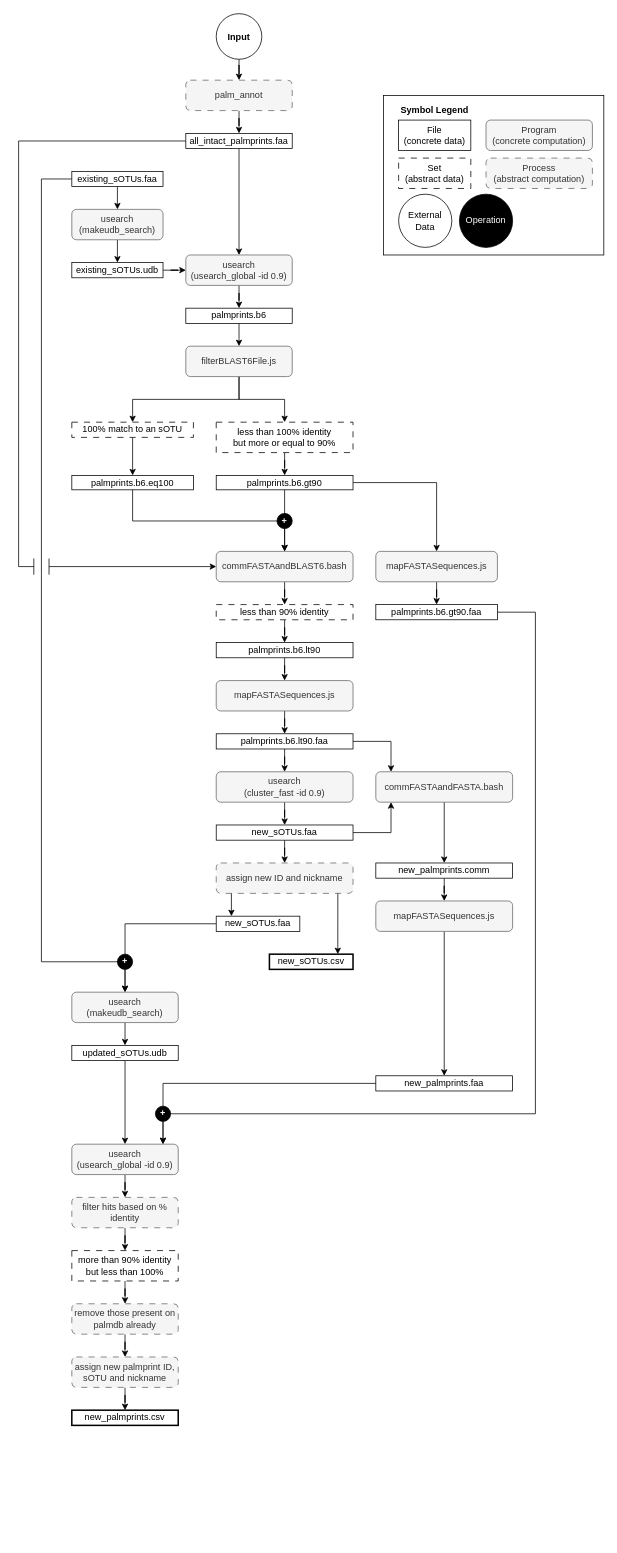
This is script/palmdb/sOTU Assigment Workflow.drawio from serratus-bio/logan-backend, a draw.io file, before an edit. Source tidied: cells renumbered, new cells numbered last; positions are measured from the earlier drawing's top-left corner, leaving out a move shared by most shapes. Both pictures are drawn from the tidied source at 76%, with x=0, y=0 at pixel (18, 13).
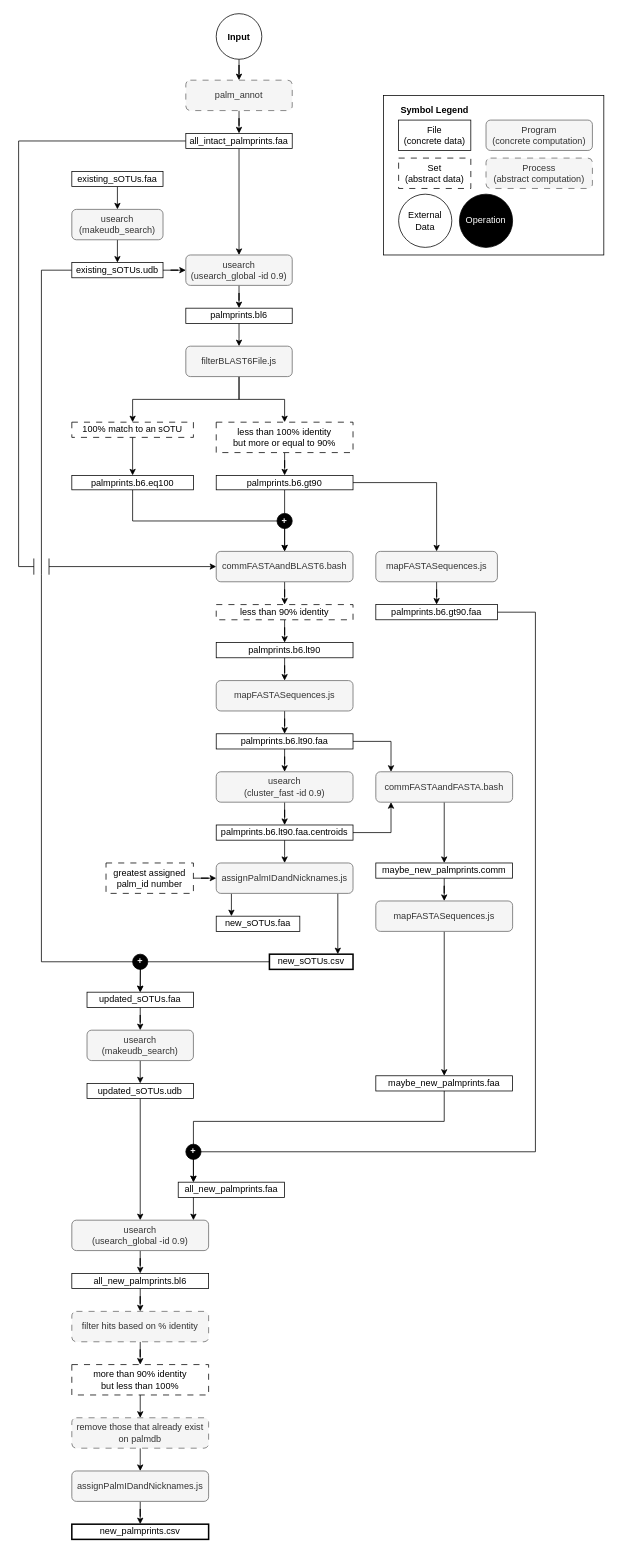
The same page after the edit.

Unchanged cells that the change refers to:
```xml
<mxCell id="10" value="&lt;div&gt;existing_sOTUs.faa&lt;/div&gt;" style="rounded=0;whiteSpace=wrap;html=1;" parent="1" vertex="1">
  <mxGeometry x="70" y="208" width="120" height="20" as="geometry" />
</mxCell>
<mxCell id="14" value="&lt;div&gt;existing_sOTUs.udb&lt;/div&gt;" style="rounded=0;whiteSpace=wrap;html=1;" parent="1" vertex="1">
  <mxGeometry x="70" y="328" width="120" height="20" as="geometry" />
</mxCell>
<mxCell id="39" value="&lt;div&gt;palmprints.b6.gt90.faa&lt;/div&gt;" style="rounded=0;whiteSpace=wrap;html=1;" parent="1" vertex="1">
  <mxGeometry x="470" y="778" width="160" height="20" as="geometry" />
</mxCell>
<mxCell id="55" value="&lt;div&gt;new_sOTUs.csv&lt;/div&gt;" style="rounded=0;whiteSpace=wrap;html=1;strokeWidth=2;" parent="1" vertex="1">
  <mxGeometry x="330" y="1238" width="110" height="20" as="geometry" />
</mxCell>
<mxCell id="86" value="&lt;div&gt;new_sOTUs.faa&lt;/div&gt;" style="rounded=0;whiteSpace=wrap;html=1;" parent="1" vertex="1">
  <mxGeometry x="260" y="1188" width="110" height="20" as="geometry" />
</mxCell>
```

Diff of the diagram source:
```diff
@@
-    <mxCell id="9" style="edgeStyle=orthogonalEdgeStyle;rounded=0;jettySize=auto;html=1;entryX=0.5;entryY=0;entryDx=0;entryDy=0;" parent="1" edge="1" source="10" target="43">
-      <mxGeometry relative="1" as="geometry">
-        <Array as="points">
-          <mxPoint x="30" y="218" />
-          <mxPoint x="30" y="1248" />
-          <mxPoint x="140" y="1248" />
-        </Array>
-      </mxGeometry>
-    </mxCell>
@@
+    <mxCell id="94" style="edgeStyle=orthogonalEdgeStyle;rounded=0;jettySize=auto;html=1;entryX=0.5;entryY=0;entryDx=0;entryDy=0;" parent="1" edge="1" source="14" target="107">
+      <mxGeometry relative="1" as="geometry">
+        <Array as="points">
+          <mxPoint x="30" y="338" />
+          <mxPoint x="30" y="1248" />
+          <mxPoint x="160" y="1248" />
+        </Array>
+      </mxGeometry>
+    </mxCell>
@@
-    <mxCell id="31" style="edgeStyle=orthogonalEdgeStyle;rounded=0;jettySize=auto;html=1;entryX=0.5;entryY=0;entryDx=0;entryDy=0;" parent="1" edge="1" source="32" target="33">
-      <mxGeometry relative="1" as="geometry" />
+    <mxCell id="31" style="edgeStyle=orthogonalEdgeStyle;rounded=0;jettySize=auto;html=1;entryX=0.5;entryY=0;entryDx=0;entryDy=0;" parent="1" edge="1" source="32">
+      <mxGeometry relative="1" as="geometry">
+        <mxPoint x="350" y="1118" as="targetPoint" />
+      </mxGeometry>
     </mxCell>
-    <mxCell id="32" value="&lt;div&gt;new_sOTUs.faa&lt;/div&gt;" style="rounded=0;whiteSpace=wrap;html=1;" parent="1" vertex="1">
+    <mxCell id="32" value="palmprints.b6.lt90.faa.centroids" style="rounded=0;whiteSpace=wrap;html=1;" parent="1" vertex="1">
       <mxGeometry x="260" y="1068" width="180" height="20" as="geometry" />
     </mxCell>
-    <mxCell id="33" value="assign new ID and nickname" style="rounded=1;whiteSpace=wrap;html=1;fillColor=#f5f5f5;strokeColor=#666666;fontColor=#333333;dashed=1;dashPattern=8 8;" parent="1" vertex="1">
-      <mxGeometry x="260" y="1118" width="180" height="40" as="geometry" />
-    </mxCell>
@@
-    <mxCell id="38" style="edgeStyle=orthogonalEdgeStyle;rounded=0;jettySize=auto;html=1;" parent="1" edge="1" source="39">
-      <mxGeometry relative="1" as="geometry">
-        <mxPoint x="190" y="1488" as="targetPoint" />
-        <Array as="points">
-          <mxPoint x="680" y="788" />
-          <mxPoint x="680" y="1448" />
-          <mxPoint x="190" y="1448" />
-        </Array>
-      </mxGeometry>
-    </mxCell>
+    <mxCell id="95" style="edgeStyle=orthogonalEdgeStyle;rounded=0;jettySize=auto;html=1;" parent="1" edge="1" source="39">
+      <mxGeometry relative="1" as="geometry">
+        <mxPoint x="230" y="1538" as="targetPoint" />
+        <Array as="points">
+          <mxPoint x="680" y="788" />
+          <mxPoint x="680" y="1498" />
+          <mxPoint x="230" y="1498" />
+        </Array>
+      </mxGeometry>
+    </mxCell>
@@
     <mxCell id="43" value="&lt;div&gt;usearch&lt;/div&gt;&lt;div&gt;(makeudb_search)&lt;br&gt;&lt;/div&gt;" style="rounded=1;whiteSpace=wrap;html=1;fillColor=#f5f5f5;strokeColor=#666666;fontColor=#333333;" parent="1" vertex="1">
-      <mxGeometry x="70" y="1288" width="140" height="40" as="geometry" />
+      <mxGeometry x="90" y="1338" width="140" height="40" as="geometry" />
     </mxCell>
@@
     <mxCell id="45" value="&lt;div&gt;updated_sOTUs.udb&lt;/div&gt;" style="rounded=0;whiteSpace=wrap;html=1;" parent="1" vertex="1">
-      <mxGeometry x="70" y="1358" width="140" height="20" as="geometry" />
+      <mxGeometry x="90" y="1408" width="140" height="20" as="geometry" />
     </mxCell>
@@
-    <mxCell id="47" style="edgeStyle=orthogonalEdgeStyle;rounded=0;jettySize=auto;html=1;entryX=0.5;entryY=0;entryDx=0;entryDy=0;" parent="1" edge="1" source="48" target="50">
-      <mxGeometry relative="1" as="geometry" />
-    </mxCell>
+    <mxCell id="96" style="edgeStyle=orthogonalEdgeStyle;rounded=0;jettySize=auto;html=1;entryX=0.5;entryY=0;entryDx=0;entryDy=0;" parent="1" edge="1" source="48" target="109">
+      <mxGeometry relative="1" as="geometry" />
+    </mxCell>
     <mxCell id="48" value="&lt;div&gt;usearch&lt;/div&gt;&lt;div&gt;(usearch_global -id 0.9)&lt;br&gt;&lt;/div&gt;" style="rounded=1;whiteSpace=wrap;html=1;fillColor=#f5f5f5;strokeColor=#666666;fontColor=#333333;" parent="1" vertex="1">
-      <mxGeometry x="70" y="1488" width="140" height="40" as="geometry" />
+      <mxGeometry x="70" y="1588" width="180" height="40" as="geometry" />
     </mxCell>
@@
     <mxCell id="50" value="filter hits based on % identity" style="rounded=1;whiteSpace=wrap;html=1;fillColor=#f5f5f5;strokeColor=#666666;fontColor=#333333;dashed=1;dashPattern=8 8;" parent="1" vertex="1">
-      <mxGeometry x="70" y="1558" width="140" height="40" as="geometry" />
+      <mxGeometry x="70" y="1708" width="180" height="40" as="geometry" />
     </mxCell>
-    <mxCell id="51" style="edgeStyle=orthogonalEdgeStyle;rounded=0;jettySize=auto;html=1;entryX=0.5;entryY=0;entryDx=0;entryDy=0;" parent="1" edge="1" source="52" target="54">
-      <mxGeometry relative="1" as="geometry" />
-    </mxCell>
+    <mxCell id="97" style="edgeStyle=orthogonalEdgeStyle;rounded=0;jettySize=auto;html=1;entryX=0.5;entryY=0;entryDx=0;entryDy=0;" parent="1" edge="1" source="52">
+      <mxGeometry relative="1" as="geometry">
+        <mxPoint x="160" y="1848" as="targetPoint" />
+      </mxGeometry>
+    </mxCell>
     <mxCell id="52" value="&lt;div&gt;&lt;span style=&quot;background-color: initial;&quot;&gt;more than 90% identity&lt;/span&gt;&lt;br&gt;&lt;/div&gt;&lt;div&gt;&lt;span style=&quot;background-color: initial;&quot;&gt;but less than 100%&lt;/span&gt;&lt;/div&gt;" style="rounded=0;whiteSpace=wrap;html=1;dashed=1;dashPattern=8 8;" parent="1" vertex="1">
-      <mxGeometry x="70" y="1628" width="140" height="40" as="geometry" />
+      <mxGeometry x="70" y="1778" width="180" height="40" as="geometry" />
     </mxCell>
-    <mxCell id="53" style="edgeStyle=orthogonalEdgeStyle;rounded=0;jettySize=auto;html=1;entryX=0.5;entryY=0;entryDx=0;entryDy=0;" parent="1" edge="1" source="54" target="93">
-      <mxGeometry relative="1" as="geometry" />
-    </mxCell>
-    <mxCell id="54" value="remove those present on palmdb already" style="rounded=1;whiteSpace=wrap;html=1;fillColor=#f5f5f5;strokeColor=#666666;fontColor=#333333;dashed=1;dashPattern=8 8;" parent="1" vertex="1">
-      <mxGeometry x="70" y="1698" width="140" height="40" as="geometry" />
-    </mxCell>
+    <mxCell id="98" style="edgeStyle=orthogonalEdgeStyle;rounded=0;jettySize=auto;html=1;" parent="1" edge="1" source="55">
+      <mxGeometry relative="1" as="geometry">
+        <mxPoint x="160" y="1288" as="targetPoint" />
+      </mxGeometry>
+    </mxCell>
@@
     <mxCell id="56" value="&lt;div&gt;new_palmprints.csv&lt;/div&gt;" style="rounded=0;whiteSpace=wrap;html=1;strokeWidth=2;" parent="1" vertex="1">
-      <mxGeometry x="70" y="1838" width="140" height="20" as="geometry" />
+      <mxGeometry x="70" y="1988" width="180" height="20" as="geometry" />
     </mxCell>
@@
-    <mxCell id="58" value="&lt;div&gt;palmprints.b6&lt;/div&gt;" style="rounded=0;whiteSpace=wrap;html=1;" parent="1" vertex="1">
+    <mxCell id="58" value="&lt;div&gt;palmprints.bl6&lt;/div&gt;" style="rounded=0;whiteSpace=wrap;html=1;" parent="1" vertex="1">
       <mxGeometry x="220" y="388" width="140" height="20" as="geometry" />
     </mxCell>
@@
-    <mxCell id="77" value="&lt;div&gt;new_palmprints.comm&lt;/div&gt;" style="rounded=0;whiteSpace=wrap;html=1;" parent="1" vertex="1">
+    <mxCell id="77" value="&lt;div&gt;maybe_new_palmprints.comm&lt;/div&gt;" style="rounded=0;whiteSpace=wrap;html=1;" parent="1" vertex="1">
       <mxGeometry x="470" y="1118" width="180" height="20" as="geometry" />
     </mxCell>
@@
-    <mxCell id="80" value="&lt;div&gt;new_palmprints.faa&lt;/div&gt;" style="rounded=0;whiteSpace=wrap;html=1;" parent="1" vertex="1">
+    <mxCell id="80" value="&lt;div&gt;maybe_new_palmprints.faa&lt;/div&gt;" style="rounded=0;whiteSpace=wrap;html=1;" parent="1" vertex="1">
       <mxGeometry x="470" y="1398" width="180" height="20" as="geometry" />
     </mxCell>
@@
-    <mxCell id="84" style="edgeStyle=orthogonalEdgeStyle;rounded=0;jettySize=auto;html=1;entryX=0.5;entryY=0;entryDx=0;entryDy=0;" parent="1" edge="1" source="86" target="43">
-      <mxGeometry relative="1" as="geometry" />
-    </mxCell>
@@
-    <mxCell id="87" value="&lt;b&gt;+&lt;/b&gt;" style="ellipse;whiteSpace=wrap;html=1;fillStyle=auto;fillColor=#000000;fontColor=#FFFFFF;" parent="1" vertex="1">
-      <mxGeometry x="130" y="1238" width="20" height="20" as="geometry" />
-    </mxCell>
-    <mxCell id="88" style="edgeStyle=orthogonalEdgeStyle;rounded=0;jettySize=auto;html=1;entryX=0.857;entryY=0;entryDx=0;entryDy=0;entryPerimeter=0;" parent="1" edge="1" source="80" target="48">
-      <mxGeometry relative="1" as="geometry" />
-    </mxCell>
-    <mxCell id="89" value="&lt;b&gt;+&lt;/b&gt;" style="ellipse;whiteSpace=wrap;html=1;fillStyle=auto;fillColor=#000000;fontColor=#FFFFFF;" parent="1" vertex="1">
-      <mxGeometry x="180" y="1438" width="20" height="20" as="geometry" />
-    </mxCell>
@@
-    <mxCell id="92" style="edgeStyle=orthogonalEdgeStyle;rounded=0;jettySize=auto;html=1;entryX=0.5;entryY=0;entryDx=0;entryDy=0;" parent="1" edge="1" source="93" target="56">
-      <mxGeometry relative="1" as="geometry" />
-    </mxCell>
-    <mxCell id="93" value="assign new palmprint ID, sOTU and nickname" style="rounded=1;whiteSpace=wrap;html=1;fillColor=#f5f5f5;strokeColor=#666666;fontColor=#333333;dashed=1;dashPattern=8 8;" parent="1" vertex="1">
-      <mxGeometry x="70" y="1768" width="140" height="40" as="geometry" />
-    </mxCell>
+    <mxCell id="99" value="assignPalmIDandNicknames.js" style="rounded=1;whiteSpace=wrap;html=1;fillColor=#f5f5f5;strokeColor=#666666;fontColor=#333333;" parent="1" vertex="1">
+      <mxGeometry x="260" y="1118" width="180" height="40" as="geometry" />
+    </mxCell>
+    <mxCell id="100" style="edgeStyle=orthogonalEdgeStyle;rounded=0;orthogonalLoop=1;jettySize=auto;html=1;entryX=0.5;entryY=0;entryDx=0;entryDy=0;" parent="1" edge="1">
+      <mxGeometry relative="1" as="geometry">
+        <mxPoint x="160" y="1888" as="sourcePoint" />
+        <mxPoint x="160" y="1918" as="targetPoint" />
+      </mxGeometry>
+    </mxCell>
+    <mxCell id="101" value="remove those that already exist on palmdb" style="rounded=1;whiteSpace=wrap;html=1;fillColor=#f5f5f5;strokeColor=#666666;fontColor=#333333;dashed=1;dashPattern=8 8;" parent="1" vertex="1">
+      <mxGeometry x="70" y="1848" width="180" height="40" as="geometry" />
+    </mxCell>
+    <mxCell id="102" style="edgeStyle=orthogonalEdgeStyle;rounded=0;jettySize=auto;html=1;entryX=0.5;entryY=0;entryDx=0;entryDy=0;" parent="1" edge="1" source="103" target="56">
+      <mxGeometry relative="1" as="geometry" />
+    </mxCell>
+    <mxCell id="103" value="assignPalmIDandNicknames.js" style="rounded=1;whiteSpace=wrap;html=1;fillColor=#f5f5f5;strokeColor=#666666;fontColor=#333333;" parent="1" vertex="1">
+      <mxGeometry x="70" y="1918" width="180" height="40" as="geometry" />
+    </mxCell>
+    <mxCell id="104" style="edgeStyle=orthogonalEdgeStyle;rounded=0;jettySize=auto;html=1;entryX=0;entryY=0.5;entryDx=0;entryDy=0;" parent="1" edge="1" source="105" target="99">
+      <mxGeometry relative="1" as="geometry" />
+    </mxCell>
+    <mxCell id="105" value="greatest assigned palm_id number" style="rounded=0;whiteSpace=wrap;html=1;dashed=1;dashPattern=8 8;" parent="1" vertex="1">
+      <mxGeometry x="115" y="1118" width="115" height="40" as="geometry" />
+    </mxCell>
+    <mxCell id="106" style="edgeStyle=orthogonalEdgeStyle;rounded=0;jettySize=auto;html=1;entryX=0.5;entryY=0;entryDx=0;entryDy=0;" parent="1" edge="1" source="107" target="43">
+      <mxGeometry relative="1" as="geometry" />
+    </mxCell>
+    <mxCell id="107" value="&lt;div&gt;updated_sOTUs.faa&lt;/div&gt;" style="rounded=0;whiteSpace=wrap;html=1;" parent="1" vertex="1">
+      <mxGeometry x="90" y="1288" width="140" height="20" as="geometry" />
+    </mxCell>
+    <mxCell id="87" value="&lt;b&gt;+&lt;/b&gt;" style="ellipse;whiteSpace=wrap;html=1;fillStyle=auto;fillColor=#000000;fontColor=#FFFFFF;" parent="1" vertex="1">
+      <mxGeometry x="150" y="1238" width="20" height="20" as="geometry" />
+    </mxCell>
+    <mxCell id="108" style="edgeStyle=orthogonalEdgeStyle;rounded=0;jettySize=auto;html=1;entryX=0.5;entryY=0;entryDx=0;entryDy=0;" parent="1" edge="1" source="109" target="50">
+      <mxGeometry relative="1" as="geometry" />
+    </mxCell>
+    <mxCell id="109" value="&lt;div&gt;all_new_palmprints.bl6&lt;/div&gt;" style="rounded=0;whiteSpace=wrap;html=1;" parent="1" vertex="1">
+      <mxGeometry x="70" y="1658" width="180" height="20" as="geometry" />
+    </mxCell>
+    <mxCell id="110" value="&lt;div&gt;all_new_palmprints.faa&lt;/div&gt;" style="rounded=0;whiteSpace=wrap;html=1;" parent="1" vertex="1">
+      <mxGeometry x="210" y="1538" width="140" height="20" as="geometry" />
+    </mxCell>
+    <mxCell id="111" style="edgeStyle=orthogonalEdgeStyle;rounded=0;jettySize=auto;html=1;entryX=0.143;entryY=0;entryDx=0;entryDy=0;entryPerimeter=0;" parent="1" edge="1" source="80" target="110">
+      <mxGeometry relative="1" as="geometry">
+        <Array as="points">
+          <mxPoint x="560" y="1458" />
+          <mxPoint x="230" y="1458" />
+        </Array>
+      </mxGeometry>
+    </mxCell>
+    <mxCell id="89" value="&lt;b&gt;+&lt;/b&gt;" style="ellipse;whiteSpace=wrap;html=1;fillStyle=auto;fillColor=#000000;fontColor=#FFFFFF;" parent="1" vertex="1">
+      <mxGeometry x="220" y="1488" width="20" height="20" as="geometry" />
+    </mxCell>
+    <mxCell id="112" style="endArrow=classic;html=1;rounded=0;" parent="1" edge="1">
+      <mxGeometry relative="1" as="geometry">
+        <mxPoint x="230" y="1558" as="sourcePoint" />
+        <mxPoint x="230" y="1588" as="targetPoint" />
+      </mxGeometry>
+    </mxCell>
```
